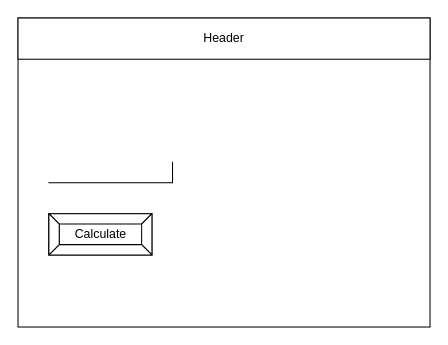
This is design/story-board.drawio from Timothy-Manwell/ICS2O-Unit5-04, a draw.io file, before an edit. Source tidied: cells renumbered, new cells numbered last; positions are measured from the earlier drawing's top-left corner, leaving out a move shared by most shapes. Both pictures are drawn from the tidied source at 103%, with x=0, y=0 at pixel (18, 18).
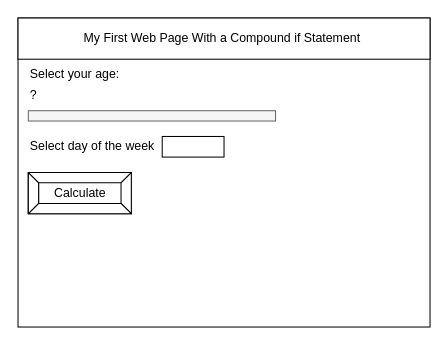
Above is the later version.

Diff of the diagram source:
```diff
@@
 <mxGraphModel>
   <root>
     <mxCell id="0" />
     <mxCell id="1" parent="0" />
     <mxCell id="2" style="rounded=0;whiteSpace=wrap;html=1;" parent="1" vertex="1">
       <mxGeometry width="400" height="300" as="geometry" />
     </mxCell>
-    <mxCell id="3" value="Header" style="rounded=0;whiteSpace=wrap;html=1;" parent="1" vertex="1">
+    <mxCell id="3" value="My First Web Page With a Compound if Statement&amp;nbsp;" style="rounded=0;whiteSpace=wrap;html=1;" parent="1" vertex="1">
       <mxGeometry width="400" height="40" as="geometry" />
     </mxCell>
-    <mxCell id="4" style="shape=partialRectangle;whiteSpace=wrap;html=1;top=0;left=0;fillColor=none;" parent="1" vertex="1">
-      <mxGeometry x="30" y="140" width="120" height="20" as="geometry" />
-    </mxCell>
     <mxCell id="5" value="Calculate" style="labelPosition=center;verticalLabelPosition=middle;align=center;html=1;shape=mxgraph.basic.button;dx=10;" parent="1" vertex="1">
-      <mxGeometry x="30" y="190" width="100" height="40" as="geometry" />
+      <mxGeometry x="10" y="150" width="100" height="40" as="geometry" />
     </mxCell>
+    <mxCell id="6" style="rounded=0;whiteSpace=wrap;html=1;fillColor=#f5f5f5;fontColor=#333333;strokeColor=#666666;" parent="1" vertex="1">
+      <mxGeometry x="10" y="90" width="240" height="10" as="geometry" />
+    </mxCell>
+    <mxCell id="7" value="Select your age:" style="text;html=1;strokeColor=none;fillColor=none;align=left;verticalAlign=middle;whiteSpace=wrap;rounded=0;" parent="1" vertex="1">
+      <mxGeometry x="10" y="40" width="160" height="30" as="geometry" />
+    </mxCell>
+    <mxCell id="8" value="?" style="text;html=1;strokeColor=none;fillColor=none;align=left;verticalAlign=middle;whiteSpace=wrap;rounded=0;" parent="1" vertex="1">
+      <mxGeometry x="10" y="60" width="160" height="30" as="geometry" />
+    </mxCell>
+    <mxCell id="9" value="Select day of the week" style="text;html=1;strokeColor=none;fillColor=none;align=left;verticalAlign=middle;whiteSpace=wrap;rounded=0;" parent="1" vertex="1">
+      <mxGeometry x="10" y="110" width="230" height="30" as="geometry" />
+    </mxCell>
+    <mxCell id="10" style="rounded=0;whiteSpace=wrap;html=1;" parent="1" vertex="1">
+      <mxGeometry x="140" y="115" width="60" height="20" as="geometry" />
+    </mxCell>
   </root>
 </mxGraphModel>
```
